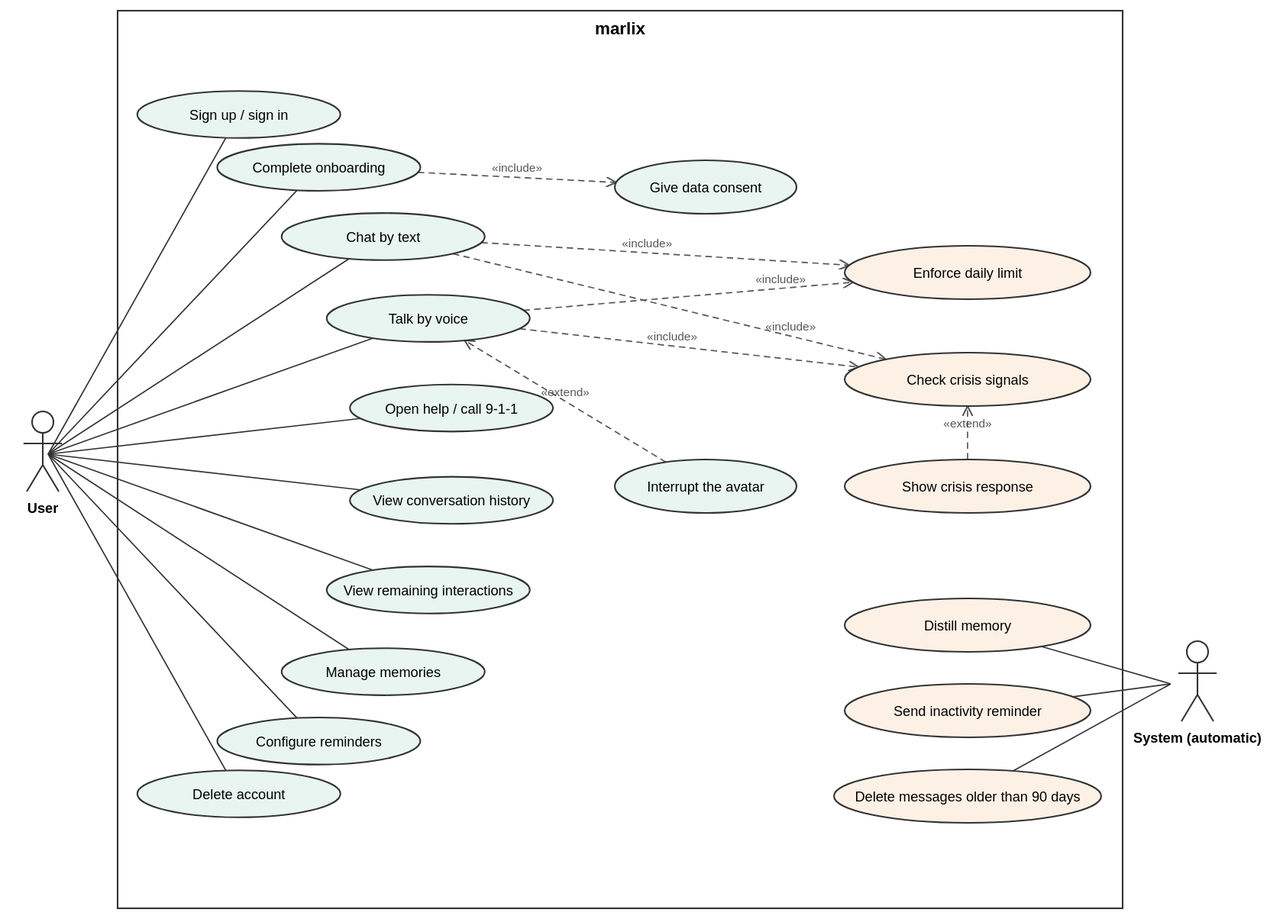
WGuillenDev/marlix keeps this draw.io diagram as docs/diagrams/use-cases.drawio.svg. Above is the earlier version. Source tidied: cells renumbered, new cells last; positions are measured from the earlier drawing's top-left corner, leaving out a move shared by most shapes.
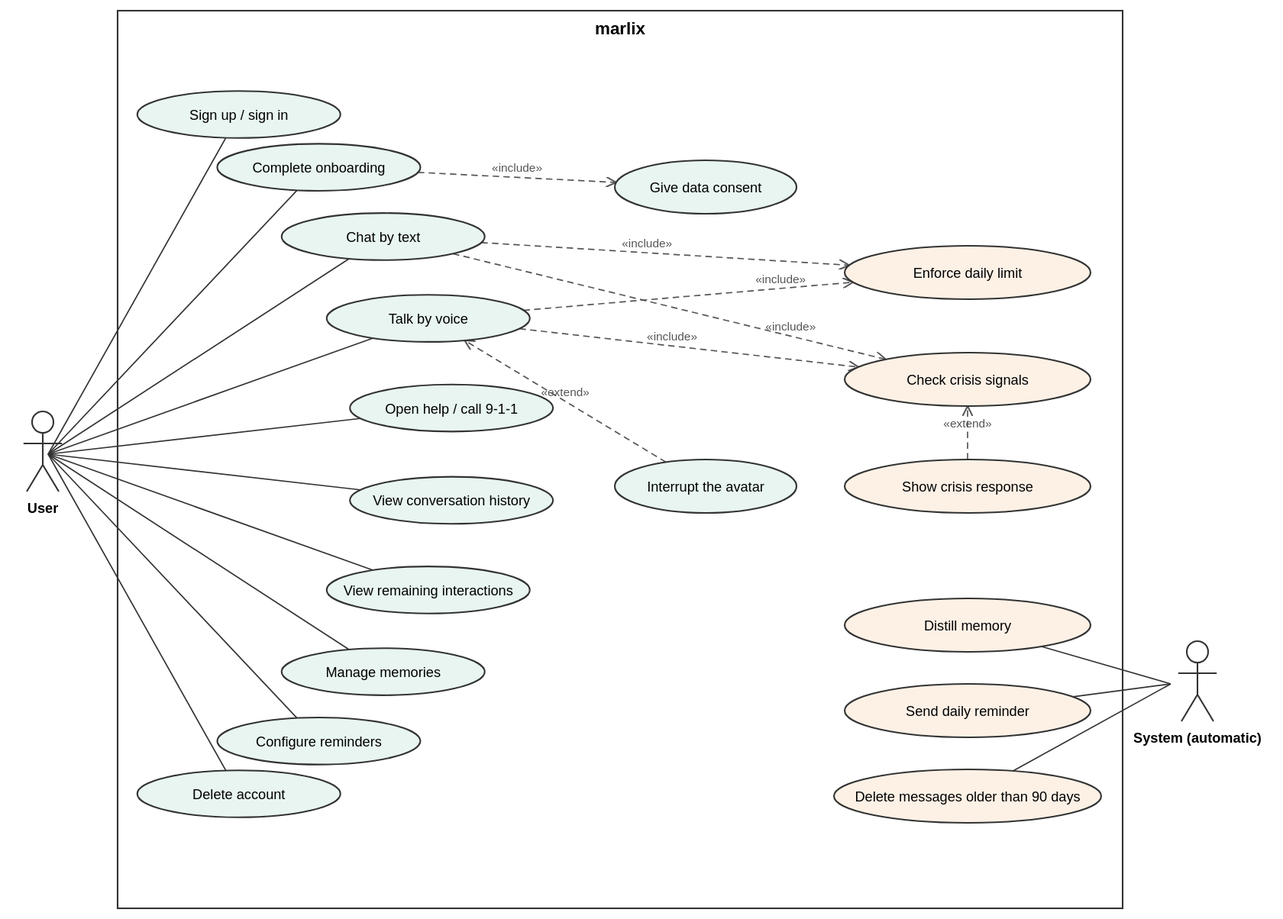
After the change.

Change to the diagram source:
```diff
@@ -59,7 +59,7 @@
     <mxCell id="20" value="Distill memory" style="ellipse;whiteSpace=wrap;html=1;fillColor=#fdf1e6;" parent="1" vertex="1">
       <mxGeometry x="770" y="550" width="230" height="50" as="geometry" />
     </mxCell>
-    <mxCell id="21" value="Send inactivity reminder" style="ellipse;whiteSpace=wrap;html=1;fillColor=#fdf1e6;" parent="1" vertex="1">
+    <mxCell id="21" value="Send daily reminder" style="ellipse;whiteSpace=wrap;html=1;fillColor=#fdf1e6;" parent="1" vertex="1">
       <mxGeometry x="770" y="630" width="230" height="50" as="geometry" />
     </mxCell>
     <mxCell id="22" value="Delete messages older than 90 days" style="ellipse;whiteSpace=wrap;html=1;fillColor=#fdf1e6;" parent="1" vertex="1">
```
